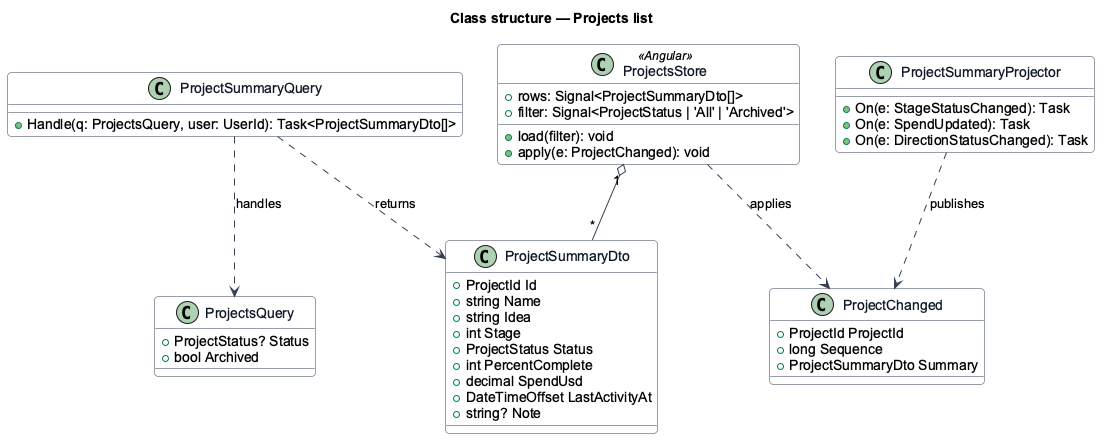
The PlantUML diagram docs/detailed-designs/projects/projects-list/diagrams/class-structure.png in QuinntyneBrown/hewn, before a commit. The source it was exported from:
```plantuml
@startuml
skinparam backgroundColor #FFFFFF
skinparam shadowing false
skinparam roundcorner 8
skinparam defaultFontName Arial
skinparam ArrowColor #344054
skinparam class {
  BorderColor #344054
  FontColor #101828
  BackgroundColor #F9FAFB
}
title Class structure — Projects list

class ProjectSummaryDto {
  +ProjectId Id
  +string Name
  +string Idea
  +int Stage
  +ProjectStatus Status
  +int PercentComplete
  +decimal SpendUsd
  +DateTimeOffset LastActivityAt
  +string? Note
}
class ProjectsQuery {
  +ProjectStatus? Status
  +bool Archived
}
class ProjectSummaryQuery {
  +Handle(q: ProjectsQuery, user: UserId): Task<ProjectSummaryDto[]>
}
class ProjectSummaryProjector {
  +On(e: StageStatusChanged): Task
  +On(e: SpendUpdated): Task
  +On(e: DirectionStatusChanged): Task
}
class ProjectsStore <<Angular>> {
  +rows: Signal<ProjectSummaryDto[]>
  +filter: Signal<ProjectStatus | 'All' | 'Archived'>
  +load(filter): void
  +apply(e: ProjectChanged): void
}
class ProjectChanged {
  +ProjectId ProjectId
  +long Sequence
  +ProjectSummaryDto Summary
}
ProjectSummaryQuery ..> ProjectsQuery : handles
ProjectSummaryQuery ..> ProjectSummaryDto : returns
ProjectSummaryProjector ..> ProjectChanged : publishes
ProjectsStore "1" o-- "*" ProjectSummaryDto
ProjectsStore ..> ProjectChanged : applies
@enduml
```
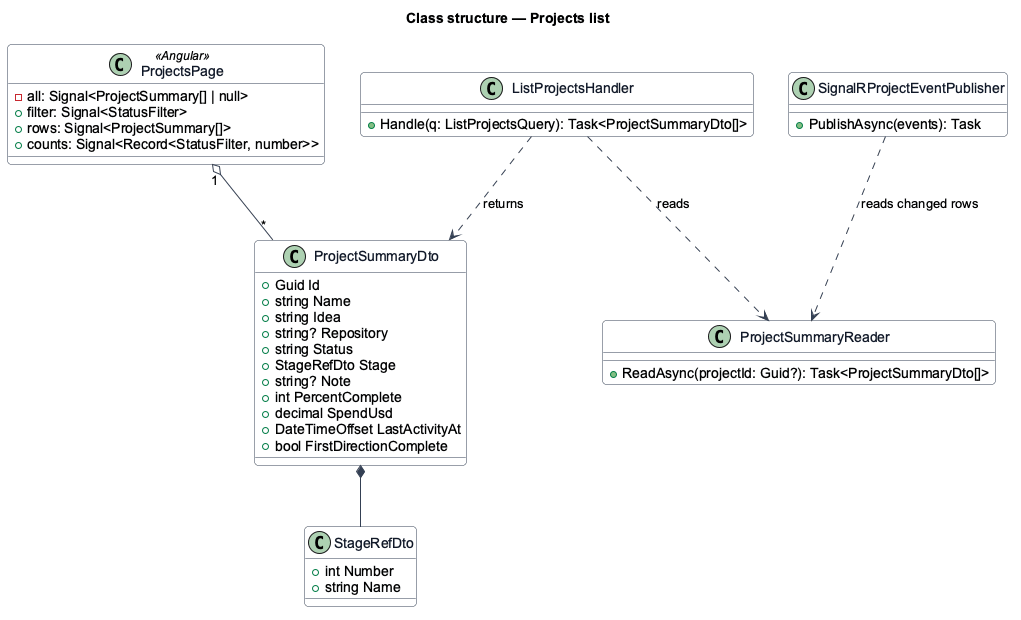
Above is the later version.

Diff of the diagram source:
```diff
@@ -12,42 +12,40 @@
 title Class structure — Projects list
 
 class ProjectSummaryDto {
-  +ProjectId Id
+  +Guid Id
   +string Name
   +string Idea
-  +int Stage
-  +ProjectStatus Status
+  +string? Repository
+  +string Status
+  +StageRefDto Stage
+  +string? Note
   +int PercentComplete
   +decimal SpendUsd
   +DateTimeOffset LastActivityAt
-  +string? Note
+  +bool FirstDirectionComplete
 }
-class ProjectsQuery {
-  +ProjectStatus? Status
-  +bool Archived
+class StageRefDto {
+  +int Number
+  +string Name
 }
-class ProjectSummaryQuery {
-  +Handle(q: ProjectsQuery, user: UserId): Task<ProjectSummaryDto[]>
+class ListProjectsHandler {
+  +Handle(q: ListProjectsQuery): Task<ProjectSummaryDto[]>
 }
-class ProjectSummaryProjector {
-  +On(e: StageStatusChanged): Task
-  +On(e: SpendUpdated): Task
-  +On(e: DirectionStatusChanged): Task
+class ProjectSummaryReader {
+  +ReadAsync(projectId: Guid?): Task<ProjectSummaryDto[]>
 }
-class ProjectsStore <<Angular>> {
-  +rows: Signal<ProjectSummaryDto[]>
-  +filter: Signal<ProjectStatus | 'All' | 'Archived'>
-  +load(filter): void
-  +apply(e: ProjectChanged): void
+class SignalRProjectEventPublisher {
+  +PublishAsync(events): Task
 }
-class ProjectChanged {
-  +ProjectId ProjectId
-  +long Sequence
-  +ProjectSummaryDto Summary
+class ProjectsPage <<Angular>> {
+  -all: Signal<ProjectSummary[] | null>
+  +filter: Signal<StatusFilter>
+  +rows: Signal<ProjectSummary[]>
+  +counts: Signal<Record<StatusFilter, number>>
 }
-ProjectSummaryQuery ..> ProjectsQuery : handles
-ProjectSummaryQuery ..> ProjectSummaryDto : returns
-ProjectSummaryProjector ..> ProjectChanged : publishes
-ProjectsStore "1" o-- "*" ProjectSummaryDto
-ProjectsStore ..> ProjectChanged : applies
+ProjectSummaryDto *-- StageRefDto
+ListProjectsHandler ..> ProjectSummaryReader : reads
+SignalRProjectEventPublisher ..> ProjectSummaryReader : reads changed rows
+ListProjectsHandler ..> ProjectSummaryDto : returns
+ProjectsPage "1" o-- "*" ProjectSummaryDto
 @enduml
```
